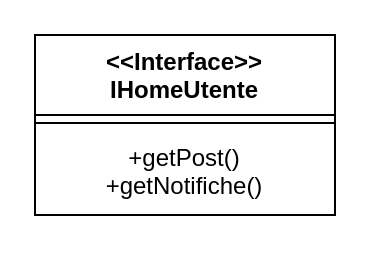
Earlier version of the draw.io diagram uml/Home Interface.drawio (Iannicc/Pet-Party). Source tidied: cells renumbered, new cells numbered last; positions are measured from the earlier drawing's top-left corner, leaving out a move shared by most shapes. Both pictures are drawn from the tidied source at 200%, with x=0, y=0 at pixel (34, 34).
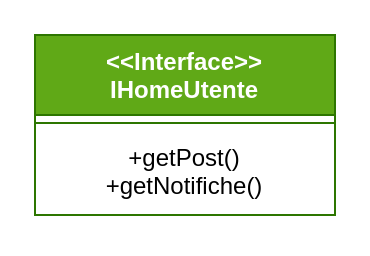
The same diagram, later.

Diff of the diagram source:
```diff
@@
 <mxGraphModel>
   <root>
     <mxCell id="0" />
     <mxCell id="1" parent="0" />
-    <mxCell id="2" value="&lt;div&gt;&amp;lt;&amp;lt;Interface&amp;gt;&amp;gt;&lt;/div&gt;&lt;div&gt;IHomeUtente&lt;br&gt;&lt;/div&gt;" style="swimlane;fontStyle=1;align=center;verticalAlign=top;horizontal=1;startSize=40;whiteSpace=wrap;html=1;" parent="1" vertex="1">
+    <mxCell id="2" value="&lt;div&gt;&amp;lt;&amp;lt;Interface&amp;gt;&amp;gt;&lt;/div&gt;&lt;div&gt;IHomeUtente&lt;br&gt;&lt;/div&gt;" style="swimlane;fontStyle=1;align=center;verticalAlign=top;horizontal=1;startSize=40;whiteSpace=wrap;html=1;fillColor=#60a917;fontColor=#ffffff;strokeColor=#2D7600;" parent="1" vertex="1">
       <mxGeometry width="150" height="90" as="geometry" />
     </mxCell>
     <mxCell id="3" style="line;strokeWidth=1;fillColor=none;align=left;verticalAlign=middle;spacingTop=-1;spacingLeft=3;spacingRight=3;labelPosition=right;strokeColor=inherit;" parent="2" vertex="1">
       <mxGeometry y="40" width="150" height="8" as="geometry" />
     </mxCell>
     <mxCell id="4" value="&lt;div&gt;+getPost()&lt;/div&gt;&lt;div&gt;+getNotifiche()&lt;br&gt;&lt;/div&gt;" style="text;strokeColor=none;fillColor=none;align=center;verticalAlign=top;spacingLeft=4;spacingRight=4;overflow=hidden;whiteSpace=wrap;html=1;" parent="2" vertex="1">
       <mxGeometry y="48" width="150" height="42" as="geometry" />
     </mxCell>
   </root>
 </mxGraphModel>
```
